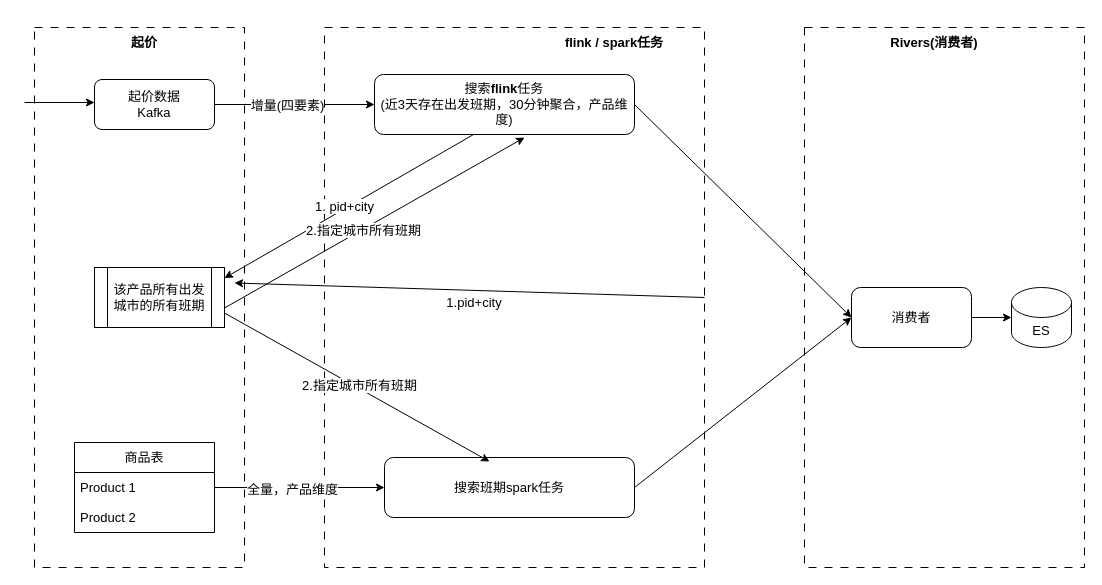
This is 未命名绘图.drawio from haiyang1985/draw-io, a draw.io file, before an edit. Source tidied: cells renumbered, new cells numbered last; positions are measured from the earlier drawing's top-left corner, leaving out a move shared by most shapes. Both pictures are drawn from the tidied source at 100%, with x=0, y=0 at pixel (24, 27).
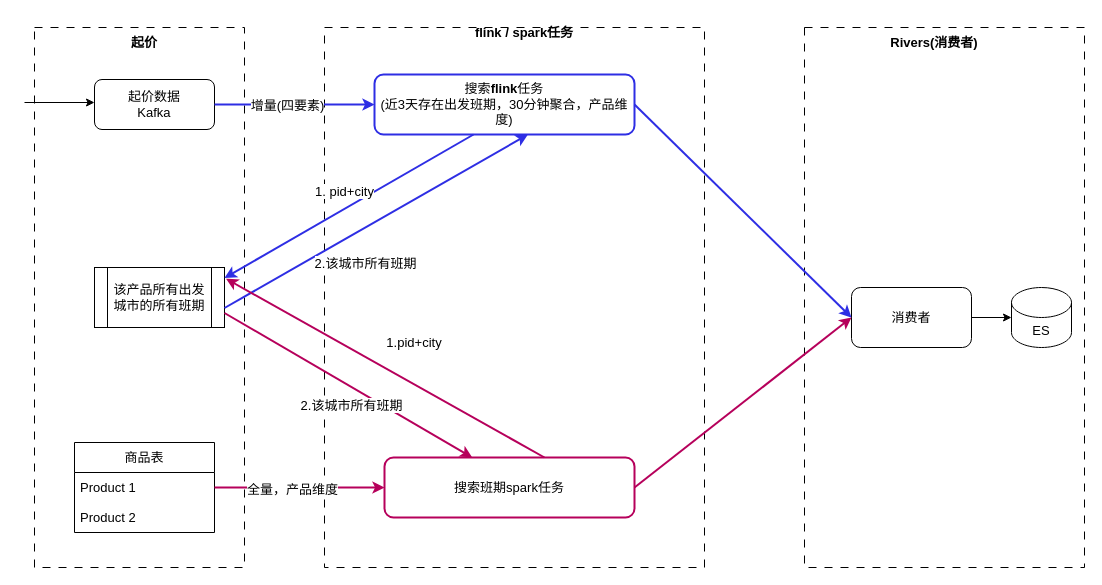
Above is the later version.

Commit message:
更新未命名绘图.drawio

The change refers to these unchanged cells:
```xml
<mxCell id="2" style="rounded=0;whiteSpace=wrap;html=1;fontSize=13;dashed=1;dashPattern=8 8;" parent="1" vertex="1">
  <mxGeometry x="300" width="380" height="540" as="geometry" />
</mxCell>
<mxCell id="8" value="起价数据&lt;div&gt;Kafka&lt;/div&gt;" style="rounded=1;whiteSpace=wrap;html=1;fontSize=13;" parent="1" vertex="1">
  <mxGeometry x="70" y="52" width="120" height="50" as="geometry" />
</mxCell>
<mxCell id="13" value="消费者" style="rounded=1;whiteSpace=wrap;html=1;fontSize=13;" parent="1" vertex="1">
  <mxGeometry x="827" y="260" width="120" height="60" as="geometry" />
</mxCell>
<mxCell id="18" value="Product 1" style="text;strokeColor=none;fillColor=none;align=left;verticalAlign=middle;spacingLeft=4;spacingRight=4;overflow=hidden;points=[[0,0.5],[1,0.5]];portConstraint=eastwest;whiteSpace=wrap;html=1;fontSize=13;" parent="17" vertex="1">
  <mxGeometry y="30" width="140" height="30" as="geometry" />
</mxCell>
<mxCell id="24" value="该产品所有出发城市的所有班期" style="shape=process;whiteSpace=wrap;html=1;backgroundOutline=1;fontSize=13;" parent="1" vertex="1">
  <mxGeometry x="70" y="240" width="130" height="60" as="geometry" />
</mxCell>
```

Diff of the diagram source:
```diff
@@
     <mxCell id="6" value="flink / spark任务" style="text;html=1;whiteSpace=wrap;strokeColor=none;fillColor=none;align=center;verticalAlign=middle;rounded=0;fontSize=13;fontStyle=1;" parent="1" vertex="1">
-      <mxGeometry x="530" width="120" height="30" as="geometry" />
+      <mxGeometry x="440" y="-10" width="120" height="30" as="geometry" />
     </mxCell>
@@
-    <mxCell id="9" value="搜索&lt;b&gt;flink&lt;/b&gt;任务&lt;div&gt;(近3天存在出发班期，30分钟聚合，产品维度)&lt;/div&gt;" style="rounded=1;whiteSpace=wrap;html=1;fontSize=13;" parent="1" vertex="1">
+    <mxCell id="9" value="搜索&lt;b&gt;flink&lt;/b&gt;任务&lt;div&gt;(近3天存在出发班期，30分钟聚合，产品维度)&lt;/div&gt;" style="rounded=1;whiteSpace=wrap;html=1;fontSize=13;strokeWidth=2;strokeColor=#2E2EE4;" parent="1" vertex="1">
       <mxGeometry x="350" y="47" width="260" height="60" as="geometry" />
     </mxCell>
-    <mxCell id="10" style="endArrow=classic;html=1;rounded=0;exitX=1;exitY=0.5;exitDx=0;exitDy=0;entryX=0;entryY=0.5;entryDx=0;entryDy=0;fontSize=13;" parent="1" edge="1" source="8" target="9">
+    <mxCell id="10" style="endArrow=classic;html=1;rounded=0;exitX=1;exitY=0.5;exitDx=0;exitDy=0;entryX=0;entryY=0.5;entryDx=0;entryDy=0;fontSize=13;strokeWidth=2;strokeColor=#2E2EE4;" parent="1" edge="1" source="8" target="9">
       <mxGeometry relative="1" as="geometry" />
     </mxCell>
@@
-    <mxCell id="14" style="endArrow=classic;html=1;rounded=0;exitX=1;exitY=0.5;exitDx=0;exitDy=0;entryX=0;entryY=0.5;entryDx=0;entryDy=0;fontSize=13;" parent="1" edge="1" source="9" target="13">
+    <mxCell id="14" style="endArrow=classic;html=1;rounded=0;exitX=1;exitY=0.5;exitDx=0;exitDy=0;entryX=0;entryY=0.5;entryDx=0;entryDy=0;fontSize=13;strokeWidth=2;strokeColor=#2E2EE4;" parent="1" edge="1" source="9" target="13">
       <mxGeometry relative="1" as="geometry" />
     </mxCell>
@@
-    <mxCell id="20" value="搜索班期spark任务" style="rounded=1;whiteSpace=wrap;html=1;fontSize=13;" parent="1" vertex="1">
+    <mxCell id="20" value="搜索班期spark任务" style="rounded=1;whiteSpace=wrap;html=1;fontSize=13;strokeWidth=2;strokeColor=#B6005B;" parent="1" vertex="1">
       <mxGeometry x="360" y="430" width="250" height="60" as="geometry" />
     </mxCell>
-    <mxCell id="21" style="endArrow=classic;html=1;rounded=0;exitX=1;exitY=0.5;exitDx=0;exitDy=0;entryX=0;entryY=0.5;entryDx=0;entryDy=0;fontSize=13;" parent="1" edge="1" source="18" target="20">
+    <mxCell id="21" style="endArrow=classic;html=1;rounded=0;exitX=1;exitY=0.5;exitDx=0;exitDy=0;entryX=0;entryY=0.5;entryDx=0;entryDy=0;fontSize=13;strokeWidth=2;strokeColor=#B6005B;" parent="1" edge="1" source="18" target="20">
       <mxGeometry relative="1" as="geometry" />
     </mxCell>
@@
-    <mxCell id="23" style="endArrow=classic;html=1;rounded=0;entryX=0;entryY=0.5;entryDx=0;entryDy=0;exitX=1;exitY=0.5;exitDx=0;exitDy=0;fontSize=13;" parent="1" edge="1" source="20" target="13">
+    <mxCell id="23" style="endArrow=classic;html=1;rounded=0;entryX=0;entryY=0.5;entryDx=0;entryDy=0;exitX=1;exitY=0.5;exitDx=0;exitDy=0;fontSize=13;strokeWidth=2;strokeColor=#B6005B;" parent="1" edge="1" source="20" target="13">
       <mxGeometry relative="1" as="geometry" />
     </mxCell>
@@
-    <mxCell id="25" style="endArrow=classic;html=1;rounded=0;exitX=0.381;exitY=1;exitDx=0;exitDy=0;entryX=1;entryY=0.25;entryDx=0;entryDy=0;exitPerimeter=0;fontSize=13;" parent="1" edge="1" source="9">
+    <mxCell id="25" style="endArrow=classic;html=1;rounded=0;exitX=0.381;exitY=1;exitDx=0;exitDy=0;entryX=1;entryY=0.25;entryDx=0;entryDy=0;exitPerimeter=0;fontSize=13;strokeWidth=2;strokeColor=#2E2EE4;" parent="1" edge="1" source="9">
       <mxGeometry relative="1" as="geometry">
         <mxPoint x="200" y="250.5" as="targetPoint" />
       </mxGeometry>
     </mxCell>
     <mxCell id="26" value="1. pid+city" style="edgeLabel;html=1;align=center;verticalAlign=middle;fontSize=13;" parent="25" vertex="1">
-      <mxGeometry x="0.03" y="-3" relative="1" as="geometry" />
+      <mxGeometry x="0.03" y="-3" relative="1" as="geometry">
+        <mxPoint y="-15" as="offset" />
+      </mxGeometry>
     </mxCell>
-    <mxCell id="27" style="endArrow=classic;html=1;rounded=0;exitX=1;exitY=0.75;exitDx=0;exitDy=0;entryX=0.577;entryY=1.05;entryDx=0;entryDy=0;entryPerimeter=0;fontSize=13;" parent="1" edge="1" target="9">
+    <mxCell id="27" style="endArrow=classic;html=1;rounded=0;exitX=1;exitY=0.75;exitDx=0;exitDy=0;entryX=0.59;entryY=1.001;entryDx=0;entryDy=0;entryPerimeter=0;fontSize=13;strokeWidth=2;strokeColor=#2E2EE4;" parent="1" edge="1" target="9">
       <mxGeometry relative="1" as="geometry">
         <mxPoint x="200" y="280.5" as="sourcePoint" />
       </mxGeometry>
     </mxCell>
-    <mxCell id="28" value="2.指定城市所有班期" style="edgeLabel;html=1;align=center;verticalAlign=middle;fontSize=13;" parent="27" vertex="1">
-      <mxGeometry x="-0.08" y="-1" relative="1" as="geometry" />
+    <mxCell id="28" value="2.该城市所有班期" style="edgeLabel;html=1;align=center;verticalAlign=middle;fontSize=13;" parent="27" vertex="1">
+      <mxGeometry x="-0.08" y="-1" relative="1" as="geometry">
+        <mxPoint y="34" as="offset" />
+      </mxGeometry>
     </mxCell>
-    <mxCell id="29" style="endArrow=classic;html=1;rounded=0;exitX=1;exitY=0.5;exitDx=0;exitDy=0;fontSize=13;" parent="1" edge="1" source="2">
+    <mxCell id="29" style="endArrow=classic;html=1;rounded=0;fontSize=13;entryX=1.012;entryY=0.187;entryDx=0;entryDy=0;entryPerimeter=0;strokeWidth=2;strokeColor=#B6005B;" parent="1" edge="1" target="24">
       <mxGeometry relative="1" as="geometry">
-        <mxPoint x="210" y="255.5" as="targetPoint" />
+        <mxPoint x="520" y="430" as="sourcePoint" />
       </mxGeometry>
     </mxCell>
-    <mxCell id="30" style="endArrow=classic;html=1;rounded=0;entryX=0.42;entryY=0.067;entryDx=0;entryDy=0;entryPerimeter=0;fontSize=13;" parent="1" edge="1" target="20">
+    <mxCell id="30" style="endArrow=classic;html=1;rounded=0;entryX=0.351;entryY=0;entryDx=0;entryDy=0;entryPerimeter=0;fontSize=13;strokeWidth=2;strokeColor=#B6005B;" parent="1" edge="1" target="20">
       <mxGeometry relative="1" as="geometry">
         <mxPoint x="200" y="285.5" as="sourcePoint" />
       </mxGeometry>
     </mxCell>
-    <mxCell id="31" value="2.指定城市所有班期" style="edgeLabel;html=1;align=center;verticalAlign=middle;fontSize=13;" parent="30" vertex="1">
-      <mxGeometry x="0.01" y="3" relative="1" as="geometry" />
+    <mxCell id="31" value="2.该城市所有班期" style="edgeLabel;html=1;align=center;verticalAlign=middle;fontSize=13;" parent="30" vertex="1">
+      <mxGeometry x="0.01" y="3" relative="1" as="geometry">
+        <mxPoint y="22" as="offset" />
+      </mxGeometry>
     </mxCell>
     <mxCell id="32" value="&lt;span style=&quot;text-wrap-mode: nowrap; background-color: rgb(255, 255, 255);&quot;&gt;1.pid+city&lt;/span&gt;" style="text;html=1;whiteSpace=wrap;strokeColor=none;fillColor=none;align=center;verticalAlign=middle;rounded=0;fontSize=13;" parent="1" vertex="1">
-      <mxGeometry x="420" y="260" width="60" height="30" as="geometry" />
+      <mxGeometry x="360" y="300" width="60" height="30" as="geometry" />
     </mxCell>
```
